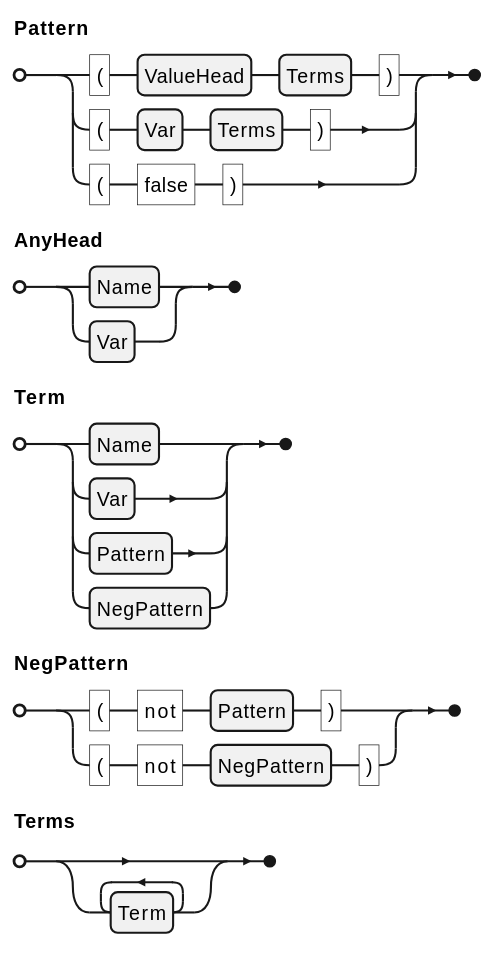
Above: docs/ein/user/04-reference/diagrams/01-grammar-phrase-pattern.svg in agutikov/ein (PlantUML), before the change. Its source is kept beside it as docs/ein/user/04-reference/diagrams/01-grammar-phrase-pattern.puml.
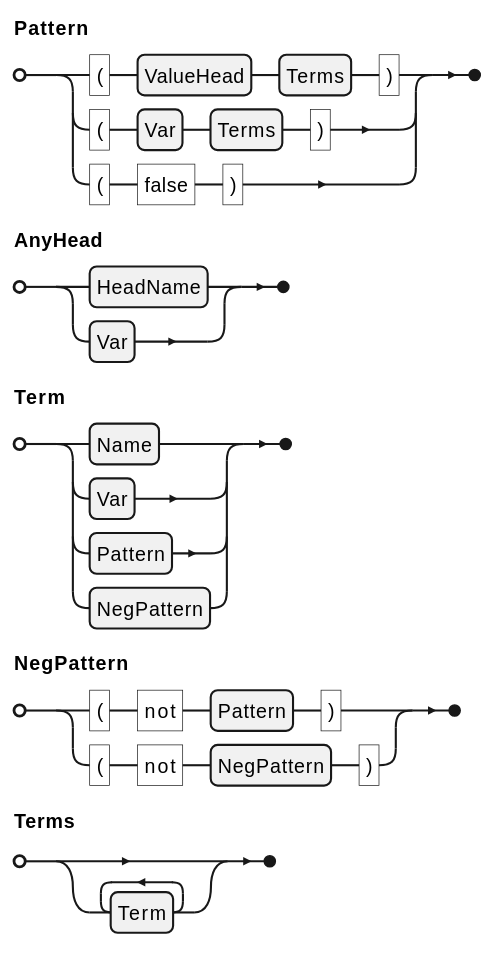
Later version of the same file.

Diff of the diagram source:
```diff
@@ -1,6 +1,6 @@
 @startebnf
 Pattern = "(" , ValueHead , Terms , ")" | "(" , Var , Terms , ")" | "(" , "false" , ")" ;
-AnyHead = Name | Var ;
+AnyHead = HeadName | Var ;
 Term = Name | Var | Pattern | NegPattern ;
 NegPattern = "(" , "not" , Pattern , ")" | "(" , "not" , NegPattern , ")" ;
 Terms = { Term } ;
```
